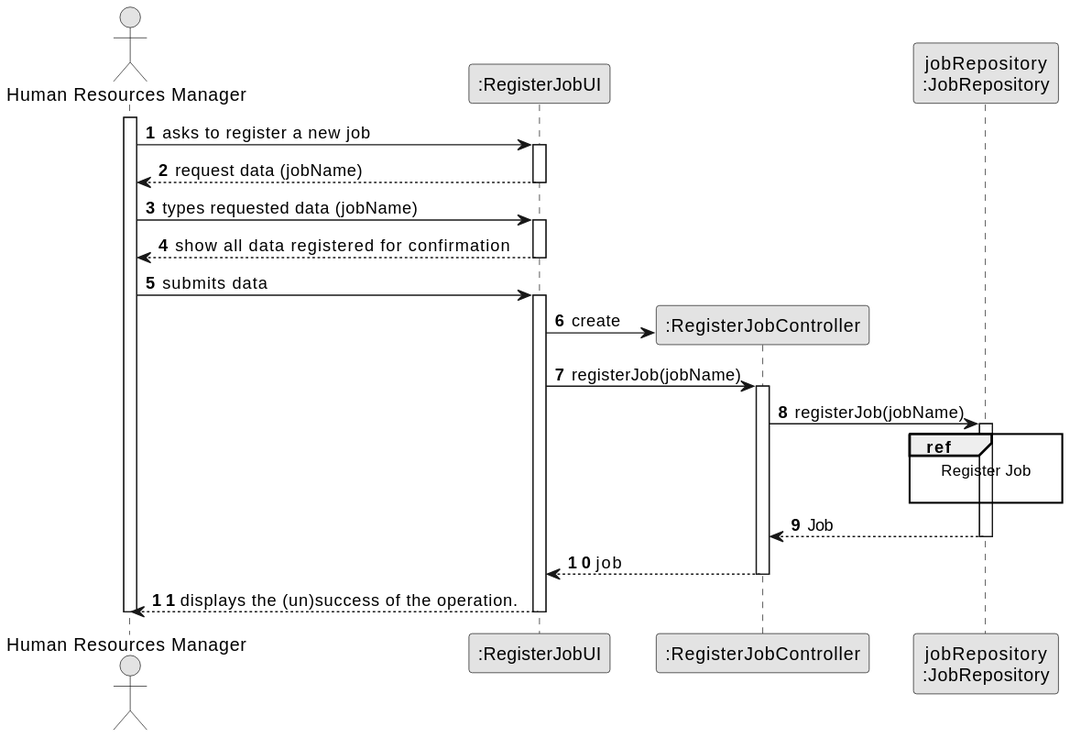
Above: docs/sprintB/us002/03.design/svg/us002-sequence-diagram-split.svg in SAEmanuel/Green_Spaces_Management_ISEP (PlantUML), before the change.
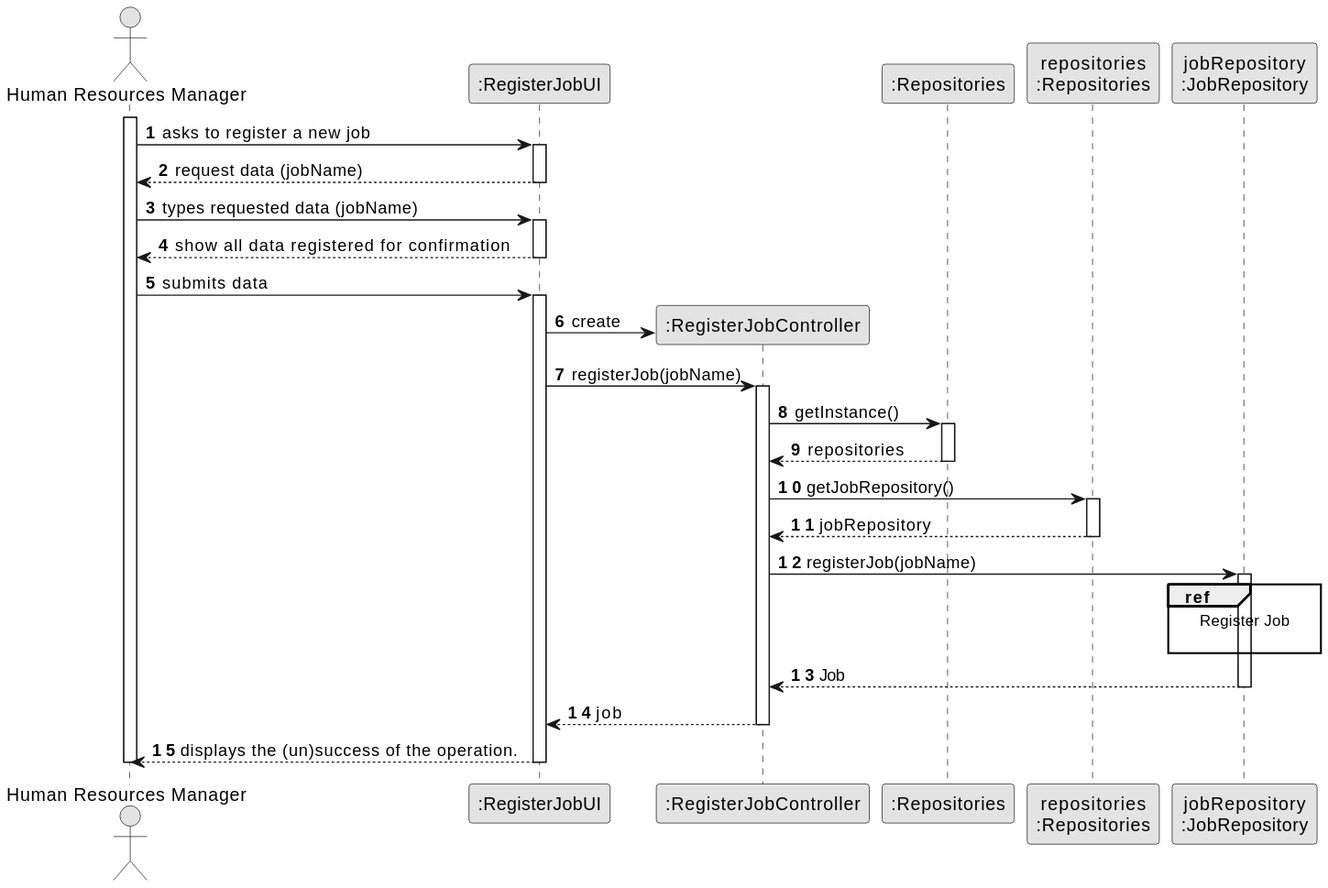
After the change.

Commit message:
SD full and split update

The edit, as a diff of the source:
```diff
@@ -8,8 +8,9 @@
 actor "Human Resources Manager" as HRM
 participant ":RegisterJobUI" as UI
 participant ":RegisterJobController" as CTRL
+participant ":Repositories" as RepositorySingleton
+participant "repositories\n:Repositories" as PLAT
 participant "jobRepository\n:JobRepository" as jobRepository
-
 activate HRM
 
     HRM -> UI : asks to register a new job
@@ -38,6 +39,18 @@
         UI -> CTRL : registerJob(jobName)
         activate CTRL
 
+            CTRL -> RepositorySingleton : getInstance()
+            activate RepositorySingleton
+
+            RepositorySingleton --> CTRL: repositories
+            deactivate RepositorySingleton
+
+            CTRL -> PLAT : getJobRepository()
+            activate PLAT
+
+            PLAT --> CTRL: jobRepository
+            deactivate PLAT
+
 
 
             CTRL -> jobRepository: registerJob(jobName)
```
